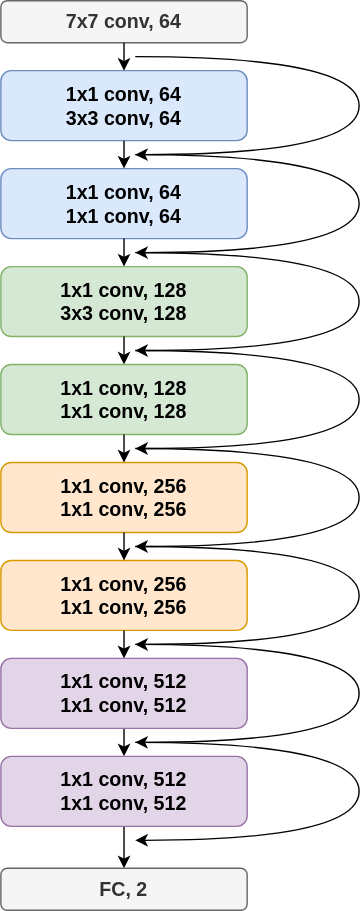
This is documents/svg/BagNet9_18.svg from LeanderHeuvel/mbag-REDI, a draw.io export, as it was before one commit. Source tidied: cells renumbered, new cells last; positions are measured from the earlier drawing's top-left corner, leaving out a move shared by most shapes.
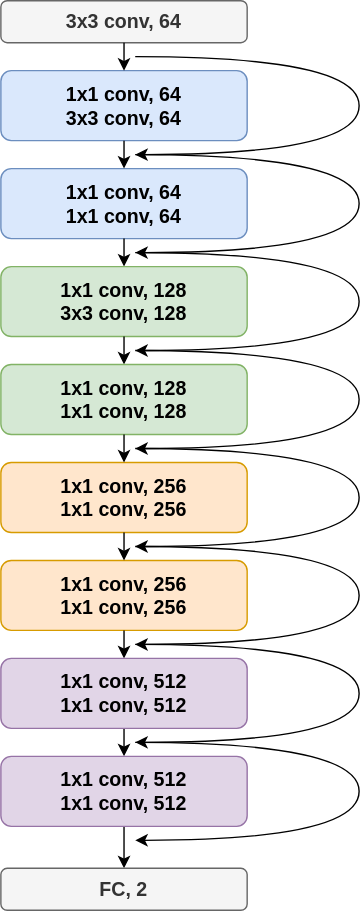
Above is the later version.

What changed in the source:
```diff
@@ -8,7 +8,7 @@
     <mxCell id="3" value="&lt;font style=&quot;font-size: 14px;&quot;&gt;&lt;b&gt;1x1 conv, 64&lt;br&gt;&lt;/b&gt;&lt;b&gt;3x3 conv, 64&lt;br&gt;&lt;/b&gt;&lt;/font&gt;" style="whiteSpace=wrap;html=1;fillColor=#dae8fc;strokeColor=#6c8ebf;imageAspect=1;rounded=1;" parent="1" vertex="1">
       <mxGeometry y="50" width="176" height="50" as="geometry" />
     </mxCell>
-    <mxCell id="4" value="&lt;b&gt;&lt;font style=&quot;font-size: 14px;&quot;&gt;7x7 conv, 64&lt;/font&gt;&lt;/b&gt;" style="whiteSpace=wrap;html=1;fillColor=#f5f5f5;strokeColor=#666666;imageAspect=1;rounded=1;fontColor=#333333;" parent="1" vertex="1">
+    <mxCell id="4" value="&lt;b&gt;&lt;font style=&quot;font-size: 14px&quot;&gt;3x3 conv, 64&lt;/font&gt;&lt;/b&gt;" style="whiteSpace=wrap;html=1;fillColor=#f5f5f5;strokeColor=#666666;imageAspect=1;rounded=1;fontColor=#333333;" parent="1" vertex="1">
       <mxGeometry width="176" height="30" as="geometry" />
     </mxCell>
     <mxCell id="5" style="endArrow=classic;html=1;rounded=0;fontSize=14;exitX=0.5;exitY=1;exitDx=0;exitDy=0;" parent="1" edge="1" source="24">
```
